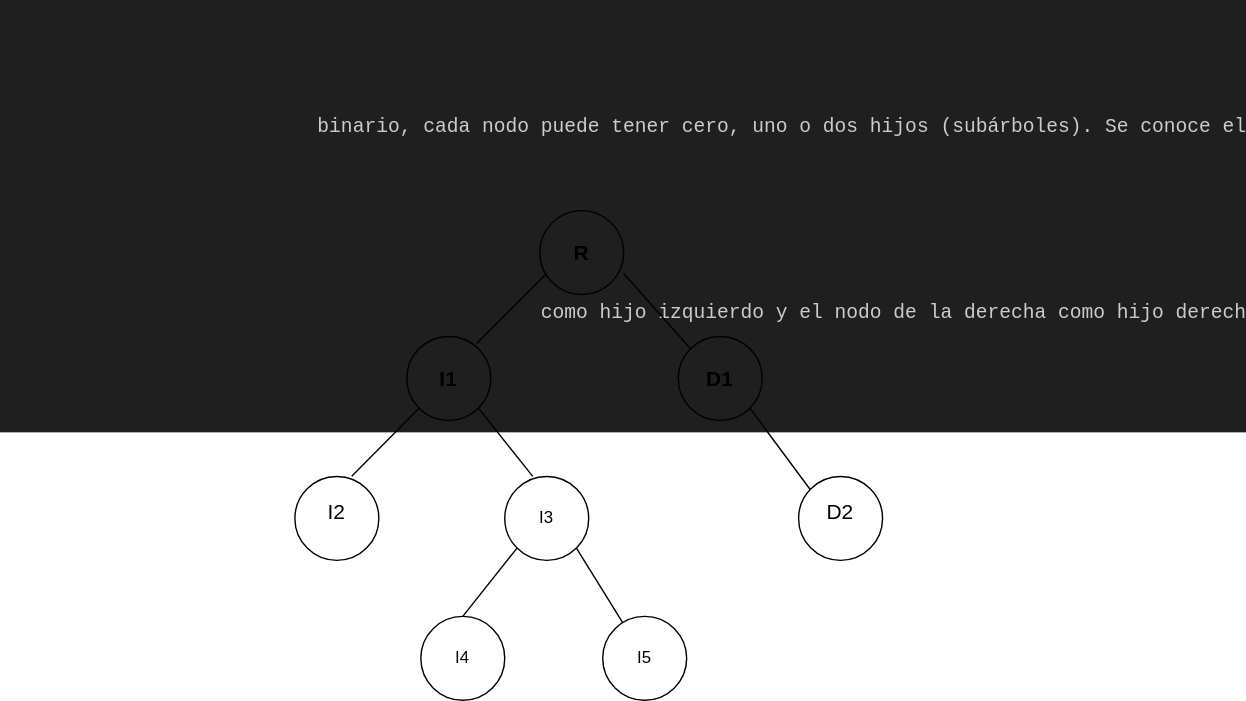
Above: Estructura-de-datos/Arboles/Arbol-binario.drawio.svg in Nordcode-cyber/Algoritmos-Estructdatos (draw.io), before the change. Source tidied: cells renumbered, new cells last; positions are measured from the earlier drawing's top-left corner, leaving out a move shared by most shapes.
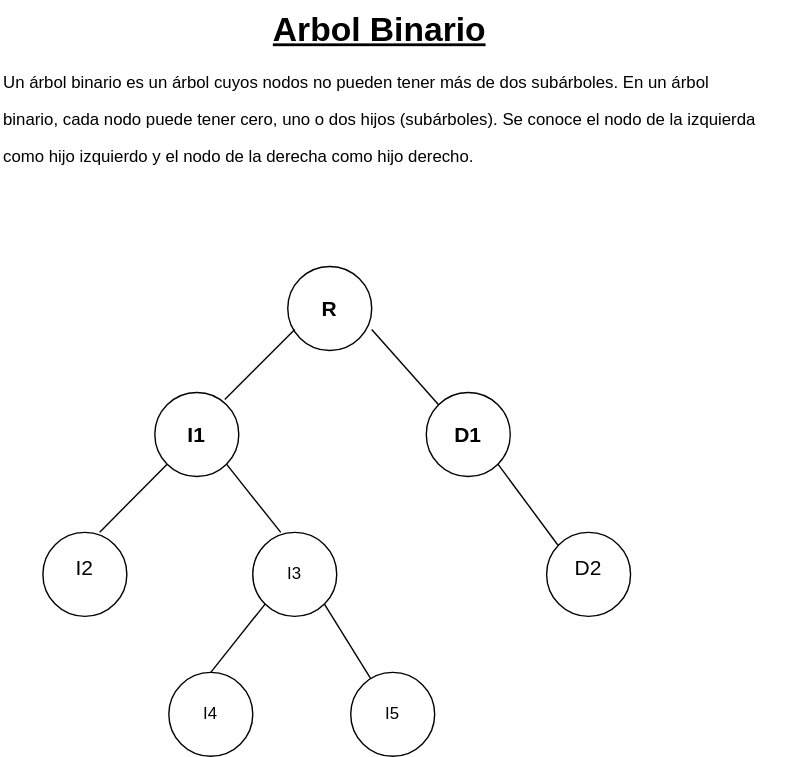
Later version of the same file.

Diff of the diagram source:
```diff
@@ -2,12 +2,6 @@
   <root>
     <mxCell id="0" />
     <mxCell id="1" parent="0" />
-    <mxCell id="2" value="Arboles Binarios" style="text;strokeColor=none;fillColor=none;html=1;fontSize=24;fontStyle=1;verticalAlign=middle;align=center;" parent="1" vertex="1">
-      <mxGeometry x="270" width="310" height="40" as="geometry" />
-    </mxCell>
-    <mxCell id="3" value="&lt;div style=&quot;color: rgb(204, 204, 204); background-color: rgb(31, 31, 31); font-family: Consolas, &amp;quot;Courier New&amp;quot;, monospace; font-size: 14px; line-height: 19px; white-space: pre;&quot;&gt;&lt;div&gt;&lt;span style=&quot;color: #cccccc;&quot;&gt;Un árbol binario es un árbol cuyos nodos no pueden tener más de dos subárboles. En un árbol&lt;/span&gt;&lt;/div&gt;&lt;div&gt;&lt;span style=&quot;color: #cccccc;&quot;&gt;binario, cada nodo puede tener cero, uno o dos hijos (subárboles). Se conoce el nodo de la izquierda&lt;/span&gt;&lt;/div&gt;&lt;div&gt;&lt;span style=&quot;color: #cccccc;&quot;&gt;como hijo izquierdo y el nodo de la derecha como hijo derecho.&lt;/span&gt;&lt;/div&gt;&lt;/div&gt;" style="text;html=1;align=center;verticalAlign=middle;whiteSpace=wrap;rounded=0;" parent="1" vertex="1">
-      <mxGeometry y="30" width="890" height="120" as="geometry" />
-    </mxCell>
     <mxCell id="4" style="ellipse;whiteSpace=wrap;html=1;fillColor=none;" parent="1" vertex="1">
       <mxGeometry x="385" y="150" width="60" height="60" as="geometry" />
     </mxCell>
@@ -84,5 +78,8 @@
     <mxCell id="26" style="endArrow=none;html=1;entryX=1;entryY=1;entryDx=0;entryDy=0;" parent="1" edge="1" source="22" target="13">
       <mxGeometry relative="1" as="geometry" />
     </mxCell>
+    <mxCell id="27" value="&lt;h1 style=&quot;text-align: center; margin-top: 0px;&quot;&gt;&lt;u&gt;Arbol Binario&lt;/u&gt;&lt;/h1&gt;&lt;p&gt;Un árbol binario es un árbol cuyos nodos no pueden tener más de dos subárboles. En un árbol&lt;/p&gt;&lt;p&gt;binario, cada nodo puede tener cero, uno o dos hijos (subárboles). Se conoce el nodo de la izquierda&lt;/p&gt;&lt;p&gt;como hijo izquierdo y el nodo de la derecha como hijo derecho.&lt;/p&gt;" style="text;html=1;whiteSpace=wrap;overflow=hidden;rounded=0;" parent="1" vertex="1">
+      <mxGeometry x="180" y="-40" width="580" height="150" as="geometry" />
+    </mxCell>
   </root>
 </mxGraphModel>
```
